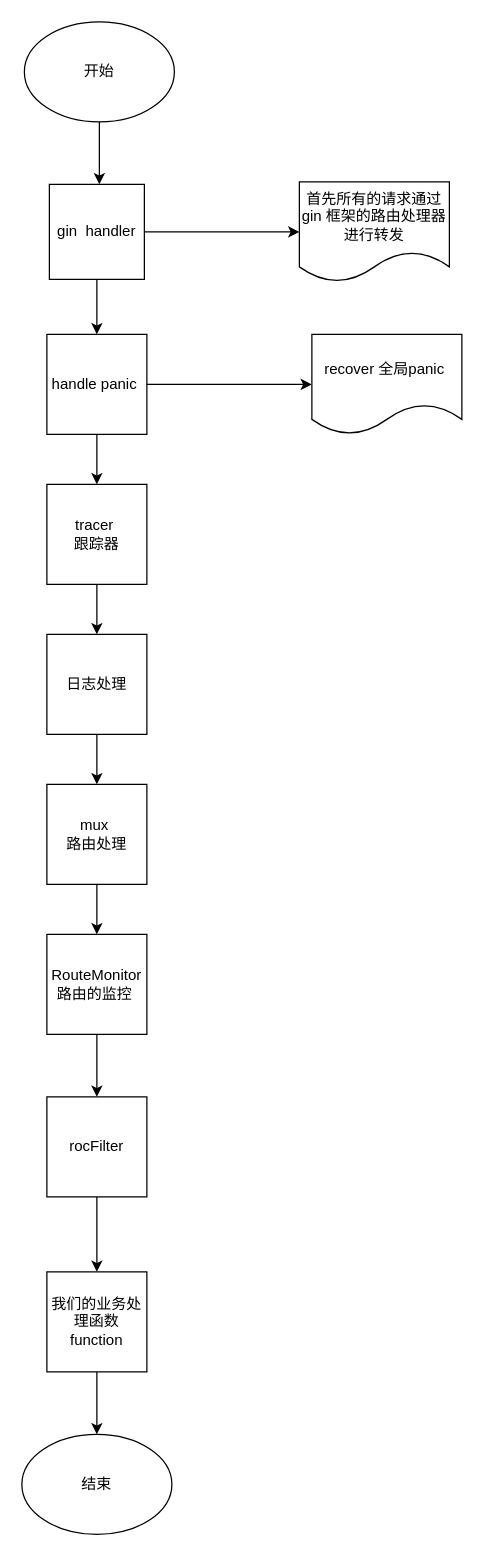
This is 20210329/Untitled Diagram.drawio from 193792768lyw/study-2021, a draw.io file, before an edit. Source tidied: cells renumbered, new cells numbered last; positions are measured from the earlier drawing's top-left corner, leaving out a move shared by most shapes. Both pictures are drawn from the tidied source at 125%, with x=0, y=0 at pixel (21, 21).
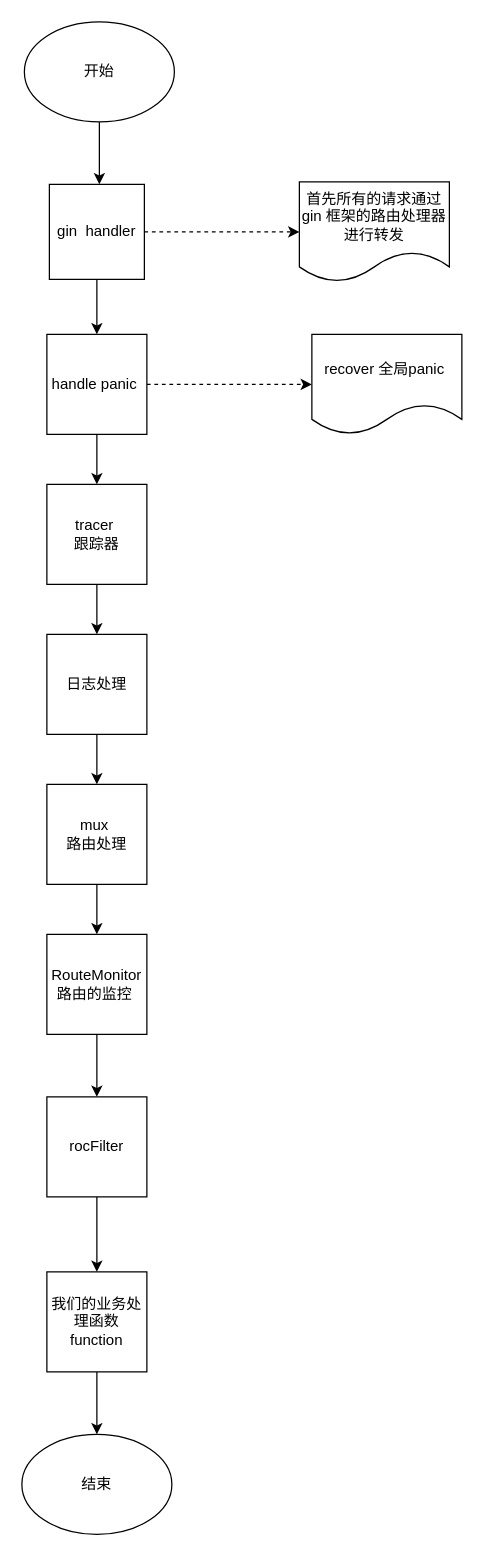
Above is the later version.

Unchanged cells that the change refers to:
```xml
<mxCell id="6" value="gin&amp;nbsp; handler" style="whiteSpace=wrap;html=1;" parent="1" vertex="1">
  <mxGeometry x="22" y="130" width="76" height="76" as="geometry" />
</mxCell>
<mxCell id="9" value="handle panic&amp;nbsp;" style="whiteSpace=wrap;html=1;" parent="1" vertex="1">
  <mxGeometry x="20" y="250" width="80" height="80" as="geometry" />
</mxCell>
<mxCell id="10" value="首先所有的请求通过&lt;br&gt;gin 框架的路由处理器进行转发" style="shape=document;whiteSpace=wrap;html=1;boundedLbl=1;" parent="1" vertex="1">
  <mxGeometry x="222" y="128" width="120" height="80" as="geometry" />
</mxCell>
<mxCell id="22" value="recover 全局panic&amp;nbsp;" style="shape=document;whiteSpace=wrap;html=1;boundedLbl=1;" parent="1" vertex="1">
  <mxGeometry x="232" y="250" width="120" height="80" as="geometry" />
</mxCell>
```

The edit, as a diff of the source:
```diff
@@
-    <mxCell id="5" style="edgeStyle=orthogonalEdgeStyle;rounded=0;jettySize=auto;html=1;exitX=1;exitY=0.5;exitDx=0;exitDy=0;entryX=0;entryY=0.5;entryDx=0;entryDy=0;" parent="1" edge="1" source="6" target="10">
+    <mxCell id="5" style="edgeStyle=orthogonalEdgeStyle;rounded=0;jettySize=auto;html=1;exitX=1;exitY=0.5;exitDx=0;exitDy=0;entryX=0;entryY=0.5;entryDx=0;entryDy=0;dashed=1;" parent="1" edge="1" source="6" target="10">
       <mxGeometry relative="1" as="geometry" />
     </mxCell>
@@
-    <mxCell id="8" style="edgeStyle=orthogonalEdgeStyle;rounded=0;jettySize=auto;html=1;exitX=1;exitY=0.5;exitDx=0;exitDy=0;entryX=0;entryY=0.5;entryDx=0;entryDy=0;" parent="1" edge="1" source="9" target="22">
+    <mxCell id="8" style="edgeStyle=orthogonalEdgeStyle;rounded=0;jettySize=auto;html=1;exitX=1;exitY=0.5;exitDx=0;exitDy=0;entryX=0;entryY=0.5;entryDx=0;entryDy=0;dashed=1;" parent="1" edge="1" source="9" target="22">
       <mxGeometry relative="1" as="geometry" />
     </mxCell>
```
